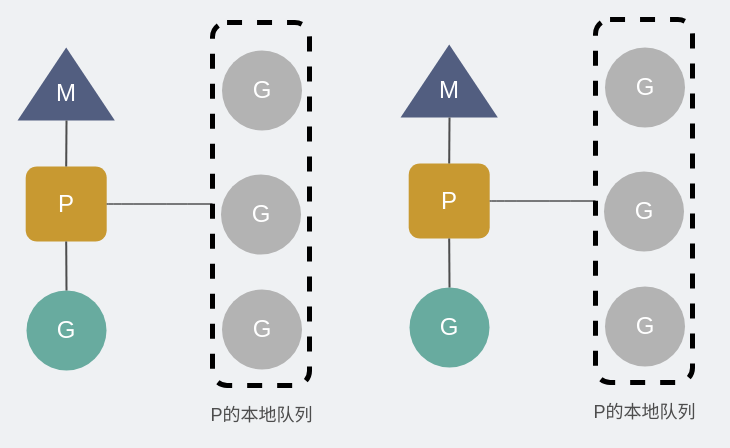
This is network/GMP调度示例.drawio from xiaobaiTech/image, a draw.io file, before an edit. Source tidied: cells renumbered, new cells numbered last; positions are measured from the earlier drawing's top-left corner, leaving out a move shared by most shapes. Both pictures are drawn from the tidied source at 100%, with x=0, y=0 at pixel (17, 19).
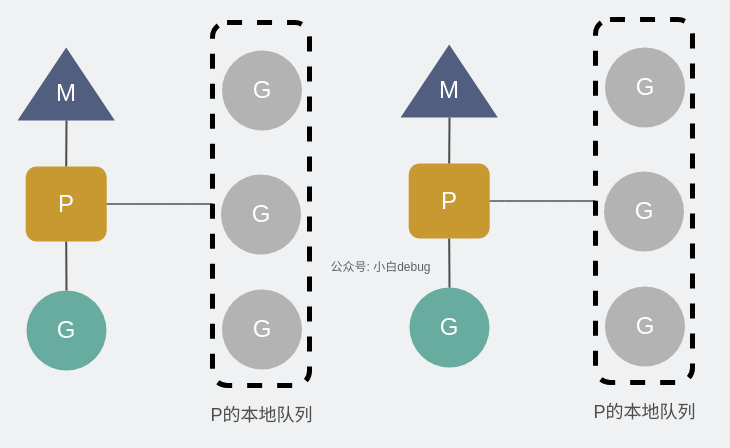
The same diagram, later.

Commit message:
更新GMP调度示例.drawio

Change to the diagram source:
```diff
@@
+    <mxCell id="44" value="公众号: 小白debug" style="text;html=1;align=center;verticalAlign=middle;whiteSpace=wrap;rounded=0;opacity=80;textOpacity=60;" parent="1" vertex="1">
+      <mxGeometry x="303" y="233" width="121" height="30" as="geometry" />
+    </mxCell>
```
